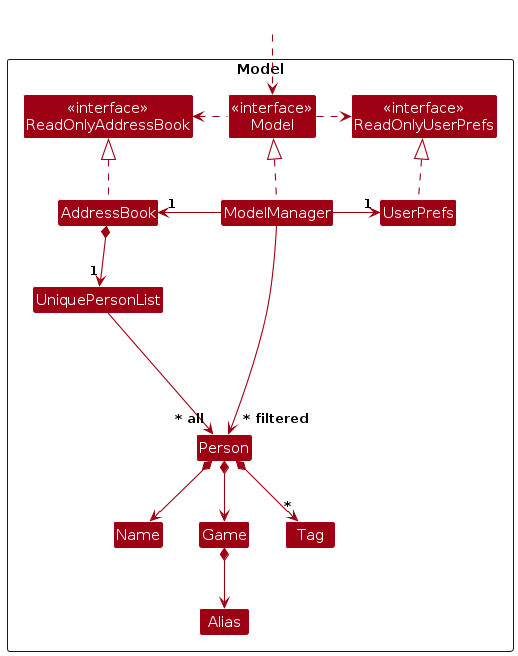
AY2526S2-CS2103T-W09-1/tp keeps this PlantUML diagram as diagrams/ModelClassDiagram.png. Above is the earlier version. Its source is kept beside it as diagrams/ModelClassDiagram.puml.
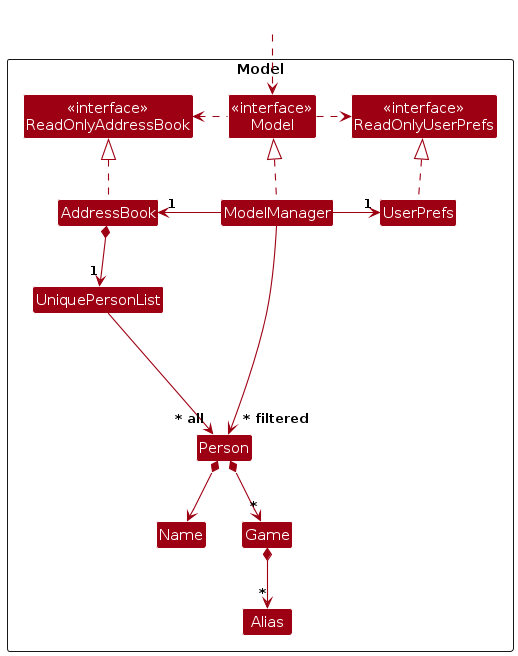
After the commit.

The edit, as a diff of the source:
```diff
@@ -17,7 +17,6 @@
 Class Name
 Class Game
 Class Alias
-Class Tag
 
 Class I #FFFFFF
 }
@@ -37,9 +36,8 @@
 AddressBook *--> "1" UniquePersonList
 UniquePersonList --> "~* all" Person
 Person *--> Name
-Person *--> Game
-Person *--> "*" Tag
-Game *--> Alias
+Person *--> "*" Game
+Game *--> "*" Alias
 
 Person -[hidden]up--> I
 UniquePersonList -[hidden]right-> I
```
